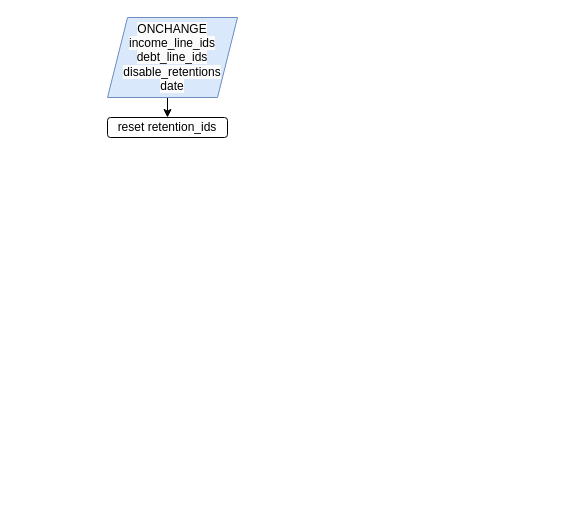
Above: Diagrama sin título.drawio in mmakenn/ecommerce-cursoreactjs (draw.io), before the change. Source tidied: cells renumbered, new cells numbered last; positions are measured from the earlier drawing's top-left corner, leaving out a move shared by most shapes. Both pictures are drawn from the tidied source at 100%, with x=0, y=0 at pixel (107, 17).
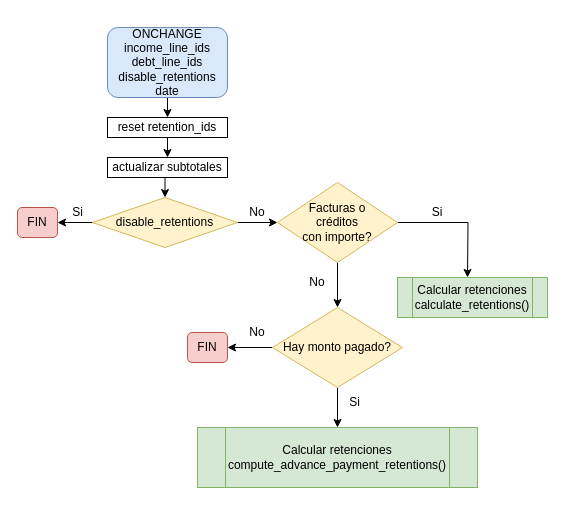
The same page after the edit.

The edit, as a diff of the source:
```diff
@@
-    <mxCell id="2" style="edgeStyle=orthogonalEdgeStyle;rounded=0;jettySize=auto;html=1;exitX=0.5;exitY=1;exitDx=0;exitDy=0;entryX=0.5;entryY=0;entryDx=0;entryDy=0;" parent="1" edge="1" target="3">
+    <mxCell id="2" style="edgeStyle=orthogonalEdgeStyle;rounded=0;orthogonalLoop=1;jettySize=auto;html=1;exitX=0.5;exitY=1;exitDx=0;exitDy=0;entryX=0.5;entryY=0;entryDx=0;entryDy=0;" parent="1" edge="1">
       <mxGeometry relative="1" as="geometry">
         <mxPoint x="60" y="80" as="sourcePoint" />
+        <mxPoint x="60" y="100" as="targetPoint" />
       </mxGeometry>
     </mxCell>
+    <mxCell id="5" style="edgeStyle=orthogonalEdgeStyle;rounded=0;jettySize=auto;html=1;exitX=0.5;exitY=1;exitDx=0;exitDy=0;entryX=0.5;entryY=0;entryDx=0;entryDy=0;" parent="1" edge="1" source="3" target="7">
+      <mxGeometry relative="1" as="geometry" />
+    </mxCell>
-    <mxCell id="3" value="reset retention_ids" style="rounded=1;whiteSpace=wrap;html=1;fontSize=12;glass=0;strokeWidth=1;shadow=0;" parent="1" vertex="1">
+    <mxCell id="3" value="reset retention_ids" style="rounded=0;whiteSpace=wrap;html=1;" parent="1" vertex="1">
       <mxGeometry y="100" width="120" height="20" as="geometry" />
     </mxCell>
+    <mxCell id="6" style="edgeStyle=orthogonalEdgeStyle;rounded=0;jettySize=auto;html=1;exitX=0.5;exitY=1;exitDx=0;exitDy=0;entryX=0.5;entryY=0;entryDx=0;entryDy=0;" parent="1" edge="1" source="7" target="10">
+      <mxGeometry relative="1" as="geometry" />
+    </mxCell>
+    <mxCell id="7" value="actualizar subtotales" style="rounded=0;whiteSpace=wrap;html=1;" parent="1" vertex="1">
+      <mxGeometry y="140" width="120" height="20" as="geometry" />
+    </mxCell>
+    <mxCell id="8" style="edgeStyle=orthogonalEdgeStyle;rounded=0;jettySize=auto;html=1;exitX=0;exitY=0.5;exitDx=0;exitDy=0;" parent="1" edge="1" source="10" target="11">
+      <mxGeometry relative="1" as="geometry">
+        <Array as="points">
+          <mxPoint x="-40" y="205" />
+          <mxPoint x="-40" y="205" />
+        </Array>
+      </mxGeometry>
+    </mxCell>
+    <mxCell id="9" style="edgeStyle=orthogonalEdgeStyle;rounded=0;jettySize=auto;html=1;exitX=1;exitY=0.5;exitDx=0;exitDy=0;entryX=0;entryY=0.5;entryDx=0;entryDy=0;" parent="1" edge="1" source="10" target="15">
+      <mxGeometry relative="1" as="geometry" />
+    </mxCell>
+    <mxCell id="10" value="disable_retentions" style="rhombus;whiteSpace=wrap;html=1;fillColor=#fff2cc;strokeColor=#d6b656;" parent="1" vertex="1">
+      <mxGeometry x="-15" y="180" width="145" height="50" as="geometry" />
+    </mxCell>
+    <mxCell id="11" value="FIN" style="rounded=1;whiteSpace=wrap;html=1;fillColor=#f8cecc;strokeColor=#b85450;" parent="1" vertex="1">
+      <mxGeometry x="-90" y="190" width="40" height="30" as="geometry" />
+    </mxCell>
+    <mxCell id="12" value="Si" style="text;html=1;align=center;verticalAlign=middle;strokeColor=none;fillColor=none;" parent="1" vertex="1">
+      <mxGeometry x="-45" y="180" width="30" height="30" as="geometry" />
+    </mxCell>
-    <mxCell id="4" value="&lt;span style=&quot;color: rgb(0, 0, 0); font-family: Helvetica; font-size: 12px; font-style: normal; font-variant-ligatures: normal; font-variant-caps: normal; font-weight: 400; letter-spacing: normal; orphans: 2; text-align: center; text-indent: 0px; text-transform: none; widows: 2; word-spacing: 0px; -webkit-text-stroke-width: 0px; background-color: rgb(251, 251, 251); text-decoration-thickness: initial; text-decoration-style: initial; text-decoration-color: initial; float: none; display: inline !important;&quot;&gt;ONCHANGE&lt;/span&gt;&lt;br style=&quot;border-color: var(--border-color); color: rgb(0, 0, 0); font-family: Helvetica; font-size: 12px; font-style: normal; font-variant-ligatures: normal; font-variant-caps: normal; font-weight: 400; letter-spacing: normal; orphans: 2; text-align: center; text-indent: 0px; text-transform: none; widows: 2; word-spacing: 0px; -webkit-text-stroke-width: 0px; background-color: rgb(251, 251, 251); text-decoration-thickness: initial; text-decoration-style: initial; text-decoration-color: initial;&quot;&gt;&lt;span style=&quot;color: rgb(0, 0, 0); font-family: Helvetica; font-size: 12px; font-style: normal; font-variant-ligatures: normal; font-variant-caps: normal; font-weight: 400; letter-spacing: normal; orphans: 2; text-align: center; text-indent: 0px; text-transform: none; widows: 2; word-spacing: 0px; -webkit-text-stroke-width: 0px; background-color: rgb(251, 251, 251); text-decoration-thickness: initial; text-decoration-style: initial; text-decoration-color: initial; float: none; display: inline !important;&quot;&gt;income_line_ids&lt;/span&gt;&lt;br style=&quot;border-color: var(--border-color); color: rgb(0, 0, 0); font-family: Helvetica; font-size: 12px; font-style: normal; font-variant-ligatures: normal; font-variant-caps: normal; font-weight: 400; letter-spacing: normal; orphans: 2; text-align: center; text-indent: 0px; text-transform: none; widows: 2; word-spacing: 0px; -webkit-text-stroke-width: 0px; background-color: rgb(251, 251, 251); text-decoration-thickness: initial; text-decoration-style: initial; text-decoration-color: initial;&quot;&gt;&lt;span style=&quot;color: rgb(0, 0, 0); font-family: Helvetica; font-size: 12px; font-style: normal; font-variant-ligatures: normal; font-variant-caps: normal; font-weight: 400; letter-spacing: normal; orphans: 2; text-align: center; text-indent: 0px; text-transform: none; widows: 2; word-spacing: 0px; -webkit-text-stroke-width: 0px; background-color: rgb(251, 251, 251); text-decoration-thickness: initial; text-decoration-style: initial; text-decoration-color: initial; float: none; display: inline !important;&quot;&gt;debt_line_ids&lt;/span&gt;&lt;br style=&quot;border-color: var(--border-color); color: rgb(0, 0, 0); font-family: Helvetica; font-size: 12px; font-style: normal; font-variant-ligatures: normal; font-variant-caps: normal; font-weight: 400; letter-spacing: normal; orphans: 2; text-align: center; text-indent: 0px; text-transform: none; widows: 2; word-spacing: 0px; -webkit-text-stroke-width: 0px; background-color: rgb(251, 251, 251); text-decoration-thickness: initial; text-decoration-style: initial; text-decoration-color: initial;&quot;&gt;&lt;span style=&quot;color: rgb(0, 0, 0); font-family: Helvetica; font-size: 12px; font-style: normal; font-variant-ligatures: normal; font-variant-caps: normal; font-weight: 400; letter-spacing: normal; orphans: 2; text-align: center; text-indent: 0px; text-transform: none; widows: 2; word-spacing: 0px; -webkit-text-stroke-width: 0px; background-color: rgb(251, 251, 251); text-decoration-thickness: initial; text-decoration-style: initial; text-decoration-color: initial; float: none; display: inline !important;&quot;&gt;disable_retentions&lt;/span&gt;&lt;br style=&quot;border-color: var(--border-color); color: rgb(0, 0, 0); font-family: Helvetica; font-size: 12px; font-style: normal; font-variant-ligatures: normal; font-variant-caps: normal; font-weight: 400; letter-spacing: normal; orphans: 2; text-align: center; text-indent: 0px; text-transform: none; widows: 2; word-spacing: 0px; -webkit-text-stroke-width: 0px; background-color: rgb(251, 251, 251); text-decoration-thickness: initial; text-decoration-style: initial; text-decoration-color: initial;&quot;&gt;&lt;span style=&quot;color: rgb(0, 0, 0); font-family: Helvetica; font-size: 12px; font-style: normal; font-variant-ligatures: normal; font-variant-caps: normal; font-weight: 400; letter-spacing: normal; orphans: 2; text-align: center; text-indent: 0px; text-transform: none; widows: 2; word-spacing: 0px; -webkit-text-stroke-width: 0px; background-color: rgb(251, 251, 251); text-decoration-thickness: initial; text-decoration-style: initial; text-decoration-color: initial; float: none; display: inline !important;&quot;&gt;date&lt;/span&gt;" style="shape=parallelogram;perimeter=parallelogramPerimeter;whiteSpace=wrap;html=1;fixedSize=1;fillColor=#dae8fc;strokeColor=#6c8ebf;" parent="1" vertex="1">
-      <mxGeometry width="130" height="80" as="geometry" />
+    <mxCell id="4" value="ONCHANGE&lt;br style=&quot;border-color: var(--border-color);&quot;&gt;&lt;span style=&quot;border-color: var(--border-color);&quot;&gt;income_line_ids&lt;/span&gt;&lt;br style=&quot;border-color: var(--border-color);&quot;&gt;&lt;span style=&quot;border-color: var(--border-color);&quot;&gt;debt_line_ids&lt;/span&gt;&lt;br style=&quot;border-color: var(--border-color);&quot;&gt;&lt;span style=&quot;border-color: var(--border-color);&quot;&gt;disable_retentions&lt;/span&gt;&lt;br style=&quot;border-color: var(--border-color);&quot;&gt;&lt;span style=&quot;border-color: var(--border-color);&quot;&gt;date&lt;/span&gt;" style="rounded=1;whiteSpace=wrap;html=1;fillColor=#dae8fc;strokeColor=#6c8ebf;" parent="1" vertex="1">
+      <mxGeometry y="10" width="120" height="70" as="geometry" />
     </mxCell>
+    <mxCell id="13" style="edgeStyle=orthogonalEdgeStyle;rounded=0;jettySize=auto;html=1;" parent="1" edge="1" source="15">
+      <mxGeometry relative="1" as="geometry">
+        <mxPoint x="360" y="260" as="targetPoint" />
+      </mxGeometry>
+    </mxCell>
+    <mxCell id="14" style="edgeStyle=orthogonalEdgeStyle;rounded=0;jettySize=auto;html=1;" parent="1" edge="1" source="15">
+      <mxGeometry relative="1" as="geometry">
+        <mxPoint x="230" y="290" as="targetPoint" />
+      </mxGeometry>
+    </mxCell>
+    <mxCell id="15" value="Facturas o&lt;br&gt;créditos&lt;br&gt;con importe?" style="rhombus;whiteSpace=wrap;html=1;fillColor=#fff2cc;strokeColor=#d6b656;" parent="1" vertex="1">
+      <mxGeometry x="170" y="165" width="120" height="80" as="geometry" />
+    </mxCell>
+    <mxCell id="16" value="No" style="text;html=1;strokeColor=none;fillColor=none;align=center;verticalAlign=middle;whiteSpace=wrap;rounded=0;" parent="1" vertex="1">
+      <mxGeometry x="120" y="180" width="60" height="30" as="geometry" />
+    </mxCell>
+    <mxCell id="17" value="Calcular retenciones&lt;br&gt;calculate_retentions()" style="shape=process;whiteSpace=wrap;html=1;backgroundOutline=1;fillColor=#d5e8d4;strokeColor=#82b366;" parent="1" vertex="1">
+      <mxGeometry x="290" y="260" width="150" height="40" as="geometry" />
+    </mxCell>
+    <mxCell id="18" value="Si" style="text;html=1;strokeColor=none;fillColor=none;align=center;verticalAlign=middle;whiteSpace=wrap;rounded=0;" parent="1" vertex="1">
+      <mxGeometry x="300" y="187.5" width="60" height="15" as="geometry" />
+    </mxCell>
+    <mxCell id="19" style="edgeStyle=orthogonalEdgeStyle;rounded=0;jettySize=auto;html=1;exitX=0.5;exitY=1;exitDx=0;exitDy=0;entryX=0.5;entryY=0;entryDx=0;entryDy=0;" parent="1" edge="1" source="21" target="23">
+      <mxGeometry relative="1" as="geometry" />
+    </mxCell>
+    <mxCell id="20" style="edgeStyle=orthogonalEdgeStyle;rounded=0;jettySize=auto;html=1;exitX=0;exitY=0.5;exitDx=0;exitDy=0;entryX=1;entryY=0.5;entryDx=0;entryDy=0;" parent="1" edge="1" source="21" target="25">
+      <mxGeometry relative="1" as="geometry" />
+    </mxCell>
+    <mxCell id="21" value="Hay monto pagado?" style="rhombus;whiteSpace=wrap;html=1;fillColor=#fff2cc;strokeColor=#d6b656;" parent="1" vertex="1">
+      <mxGeometry x="165" y="290" width="130" height="80" as="geometry" />
+    </mxCell>
+    <mxCell id="22" value="No" style="text;html=1;strokeColor=none;fillColor=none;align=center;verticalAlign=middle;whiteSpace=wrap;rounded=0;" parent="1" vertex="1">
+      <mxGeometry x="180" y="250" width="60" height="30" as="geometry" />
+    </mxCell>
+    <mxCell id="23" value="Calcular retenciones&lt;br&gt;compute_advance_payment_retentions()" style="shape=process;whiteSpace=wrap;html=1;backgroundOutline=1;fillColor=#d5e8d4;strokeColor=#82b366;" parent="1" vertex="1">
+      <mxGeometry x="90" y="410" width="280" height="60" as="geometry" />
+    </mxCell>
+    <mxCell id="24" value="Si" style="text;html=1;strokeColor=none;fillColor=none;align=center;verticalAlign=middle;whiteSpace=wrap;rounded=0;" parent="1" vertex="1">
+      <mxGeometry x="230" y="370" width="35" height="30" as="geometry" />
+    </mxCell>
+    <mxCell id="25" value="FIN" style="rounded=1;whiteSpace=wrap;html=1;fillColor=#f8cecc;strokeColor=#b85450;" parent="1" vertex="1">
+      <mxGeometry x="80" y="315" width="40" height="30" as="geometry" />
+    </mxCell>
+    <mxCell id="26" value="No" style="text;html=1;strokeColor=none;fillColor=none;align=center;verticalAlign=middle;whiteSpace=wrap;rounded=0;" parent="1" vertex="1">
+      <mxGeometry x="120" y="300" width="60" height="30" as="geometry" />
+    </mxCell>
```
